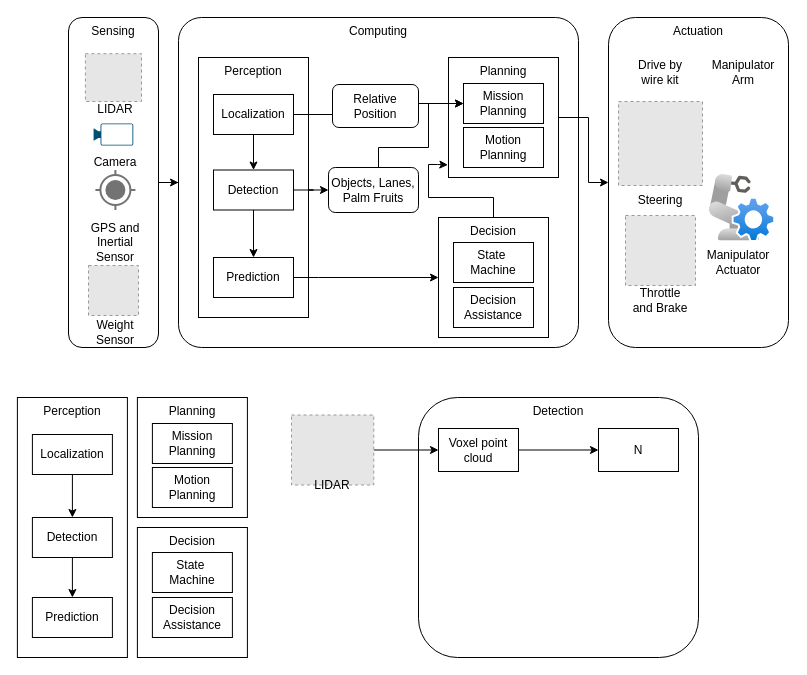
This is ADAS Hardware.drawio from samiframadhan/drawio, a draw.io file, before an edit. Source tidied: cells renumbered, new cells numbered last; positions are measured from the earlier drawing's top-left corner, leaving out a move shared by most shapes. Both pictures are drawn from the tidied source at 100%, with x=0, y=0 at pixel (17, 17). Pictures stored in the file or linked from it are replaced by grey dashed boxes.
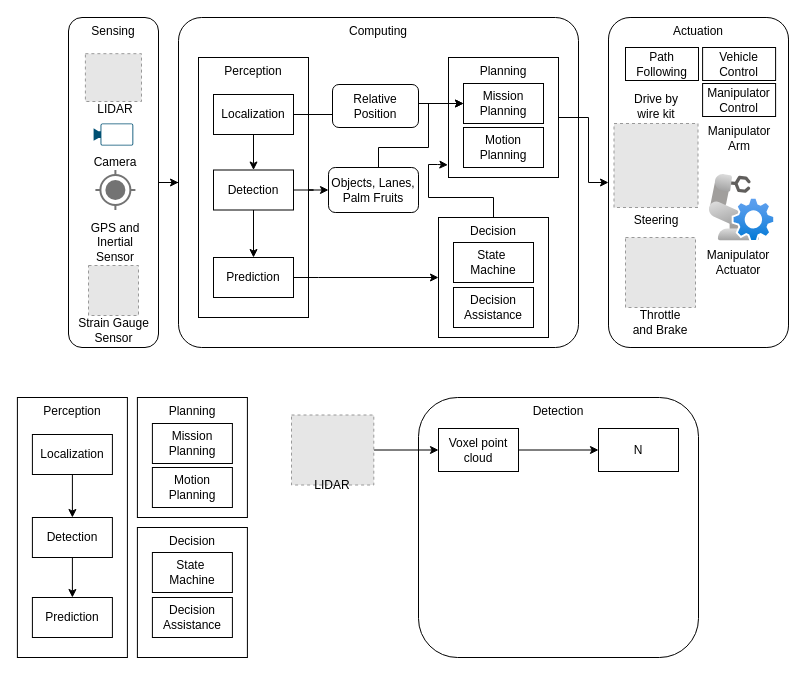
The same page after the edit.

Diff of the diagram source:
```diff
@@
-    <mxCell id="5" value="Actuation" style="rounded=1;whiteSpace=wrap;html=1;verticalAlign=top;" parent="1" vertex="1">
+    <mxCell id="5" value="Actuation" style="rounded=1;whiteSpace=wrap;html=1;verticalAlign=top;arcSize=12;" parent="1" vertex="1">
       <mxGeometry x="591" width="180" height="330" as="geometry" />
     </mxCell>
@@
     <mxCell id="13" style="fillColor=#E6E6E6;strokeColor=#999999;dashed=1;verticalLabelPosition=bottom;verticalAlign=top;" parent="1" vertex="1">
-      <mxGeometry x="601" y="84" width="84" height="84" as="geometry" />
+      <mxGeometry x="596.5" y="106" width="84" height="84" as="geometry" />
     </mxCell>
     <mxCell id="14" style="fillColor=#E6E6E6;strokeColor=#999999;dashed=1;verticalLabelPosition=bottom;verticalAlign=top;" parent="1" vertex="1">
-      <mxGeometry x="608" y="198" width="70" height="70" as="geometry" />
+      <mxGeometry x="608" y="220" width="70" height="70" as="geometry" />
     </mxCell>
     <mxCell id="15" value="Drive by wire kit" style="text;html=1;align=center;verticalAlign=middle;whiteSpace=wrap;rounded=0;" parent="1" vertex="1">
-      <mxGeometry x="613" y="40" width="60" height="30" as="geometry" />
+      <mxGeometry x="608.5" y="73.5" width="60" height="30" as="geometry" />
     </mxCell>
@@
     <mxCell id="28" value="Steering" style="text;html=1;align=center;verticalAlign=middle;whiteSpace=wrap;rounded=0;" parent="1" vertex="1">
-      <mxGeometry x="613" y="168" width="60" height="30" as="geometry" />
+      <mxGeometry x="608.5" y="188" width="60" height="30" as="geometry" />
     </mxCell>
     <mxCell id="29" value="Throttle and Brake" style="text;html=1;align=center;verticalAlign=middle;whiteSpace=wrap;rounded=0;" parent="1" vertex="1">
-      <mxGeometry x="613" y="268" width="60" height="30" as="geometry" />
+      <mxGeometry x="613" y="290" width="60" height="30" as="geometry" />
     </mxCell>
@@
     <mxCell id="35" value="Manipulator Arm" style="text;html=1;align=center;verticalAlign=middle;whiteSpace=wrap;rounded=0;" parent="1" vertex="1">
-      <mxGeometry x="694.1" y="40" width="64" height="30" as="geometry" />
+      <mxGeometry x="689.6" y="106" width="64" height="30" as="geometry" />
     </mxCell>
@@
-    <mxCell id="60" value="Weight Sensor" style="text;html=1;align=center;verticalAlign=middle;whiteSpace=wrap;rounded=0;" parent="1" vertex="1">
-      <mxGeometry x="67.9" y="300" width="60" height="30" as="geometry" />
+    <mxCell id="60" value="Strain Gauge Sensor" style="text;html=1;align=center;verticalAlign=middle;whiteSpace=wrap;rounded=0;" parent="1" vertex="1">
+      <mxGeometry x="59.5" y="298" width="73.1" height="30" as="geometry" />
     </mxCell>
+    <mxCell id="61" value="Path Following" style="rounded=0;whiteSpace=wrap;html=1;" parent="1" vertex="1">
+      <mxGeometry x="608" y="30" width="73" height="33" as="geometry" />
+    </mxCell>
+    <mxCell id="62" value="Vehicle Control" style="rounded=0;whiteSpace=wrap;html=1;" parent="1" vertex="1">
+      <mxGeometry x="685.1" y="30" width="73" height="33" as="geometry" />
+    </mxCell>
+    <mxCell id="63" value="Manipulator Control" style="rounded=0;whiteSpace=wrap;html=1;" parent="1" vertex="1">
+      <mxGeometry x="685.1" y="66" width="73" height="33" as="geometry" />
+    </mxCell>
```
